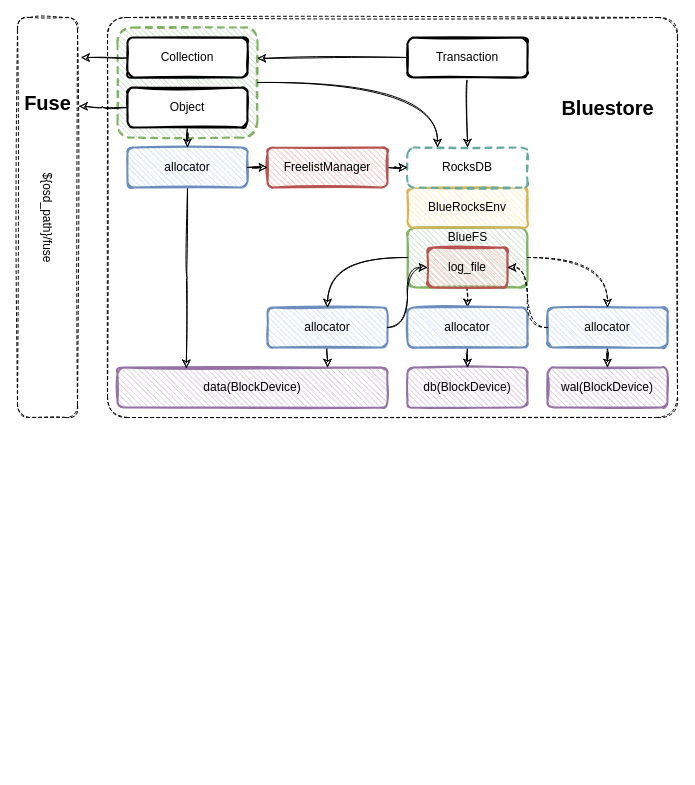
EarthWind/deeparch keeps this draw.io diagram as page "Bluestore" (1 of 3) of ceph/bluestore.drawio. Above is the earlier version. Source tidied: cells renumbered, new cells numbered last; positions are measured from the earlier drawing's top-left corner, leaving out a move shared by most shapes. Both pictures are drawn from the tidied source at 100%, with x=0, y=0 at pixel (-8, 17).
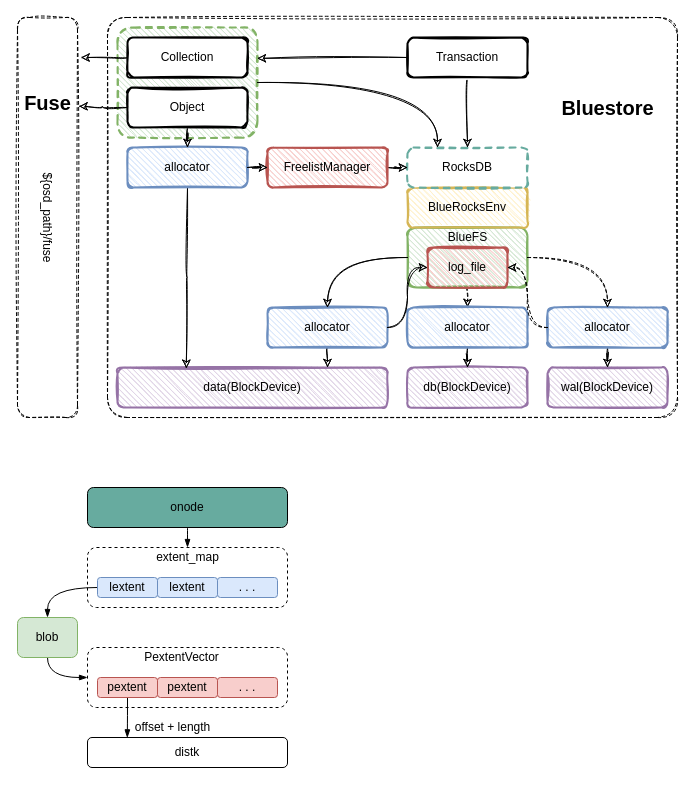
After the change.

Diff of the diagram source:
```diff
@@
+    <mxCell id="42" style="rounded=1;whiteSpace=wrap;html=1;strokeWidth=1;fillWeight=1;hachureGap=4;hachureAngle=45;sketch=0;fontStyle=0;dashed=1;" parent="1" vertex="1">
+      <mxGeometry x="95" y="630" width="200" height="60" as="geometry" />
+    </mxCell>
+    <mxCell id="43" style="rounded=1;whiteSpace=wrap;html=1;strokeWidth=1;fillWeight=1;hachureGap=4;hachureAngle=45;sketch=0;fontStyle=0;dashed=1;" parent="1" vertex="1">
+      <mxGeometry x="95" y="530" width="200" height="60" as="geometry" />
+    </mxCell>
@@
+    <mxCell id="44" style="edgeStyle=orthogonalEdgeStyle;curved=1;rounded=0;jettySize=auto;html=1;endArrow=blockThin;endFill=1;entryX=0.497;entryY=-0.011;entryDx=0;entryDy=0;entryPerimeter=0;" parent="1" edge="1" source="45" target="50">
+      <mxGeometry relative="1" as="geometry" />
+    </mxCell>
+    <mxCell id="45" value="&lt;span&gt;onode&lt;br&gt;&lt;/span&gt;" style="rounded=1;whiteSpace=wrap;html=1;strokeWidth=1;fillWeight=1;hachureGap=4;hachureAngle=45;sketch=0;fontStyle=0;fillColor=#67AB9F;strokeColor=#000000;" parent="1" vertex="1">
+      <mxGeometry x="95" y="470" width="200" height="40" as="geometry" />
+    </mxCell>
+    <mxCell id="46" style="edgeStyle=orthogonalEdgeStyle;curved=1;rounded=0;jettySize=auto;html=1;endArrow=blockThin;endFill=1;" parent="1" edge="1" source="47" target="52">
+      <mxGeometry relative="1" as="geometry" />
+    </mxCell>
+    <mxCell id="47" value="&lt;span&gt;lextent&lt;br&gt;&lt;/span&gt;" style="rounded=1;whiteSpace=wrap;html=1;strokeWidth=1;fillWeight=1;hachureGap=4;hachureAngle=45;sketch=0;fontStyle=0;fillColor=#dae8fc;strokeColor=#6c8ebf;" parent="1" vertex="1">
+      <mxGeometry x="105" y="560" width="60" height="20" as="geometry" />
+    </mxCell>
+    <mxCell id="48" value="&lt;span&gt;lextent&lt;br&gt;&lt;/span&gt;" style="rounded=1;whiteSpace=wrap;html=1;strokeWidth=1;fillWeight=1;hachureGap=4;hachureAngle=45;sketch=0;fontStyle=0;fillColor=#dae8fc;strokeColor=#6c8ebf;" parent="1" vertex="1">
+      <mxGeometry x="165" y="560" width="60" height="20" as="geometry" />
+    </mxCell>
+    <mxCell id="49" value=". . ." style="rounded=1;whiteSpace=wrap;html=1;strokeWidth=1;fillWeight=1;hachureGap=4;hachureAngle=45;sketch=0;fontStyle=0;fillColor=#dae8fc;strokeColor=#6c8ebf;" parent="1" vertex="1">
+      <mxGeometry x="225" y="560" width="60" height="20" as="geometry" />
+    </mxCell>
+    <mxCell id="50" value="extent_map" style="text;html=1;align=center;verticalAlign=middle;points=[];strokeColor=none;fillColor=none;" parent="1" vertex="1">
+      <mxGeometry x="155" y="530" width="80" height="20" as="geometry" />
+    </mxCell>
+    <mxCell id="51" style="edgeStyle=orthogonalEdgeStyle;rounded=0;jettySize=auto;html=1;entryX=0;entryY=0.5;entryDx=0;entryDy=0;endArrow=blockThin;endFill=1;curved=1;exitX=0.5;exitY=1;exitDx=0;exitDy=0;" parent="1" edge="1" source="52" target="42">
+      <mxGeometry relative="1" as="geometry" />
+    </mxCell>
+    <mxCell id="52" value="&lt;span&gt;blob&lt;br&gt;&lt;/span&gt;" style="rounded=1;whiteSpace=wrap;html=1;strokeWidth=1;fillWeight=1;hachureGap=4;hachureAngle=45;sketch=0;fontStyle=0;fillColor=#d5e8d4;strokeColor=#82b366;" parent="1" vertex="1">
+      <mxGeometry x="25" y="600" width="60" height="40" as="geometry" />
+    </mxCell>
+    <mxCell id="53" style="edgeStyle=orthogonalEdgeStyle;curved=1;rounded=0;jettySize=auto;html=1;entryX=0.199;entryY=0.011;entryDx=0;entryDy=0;entryPerimeter=0;endArrow=blockThin;endFill=1;" parent="1" edge="1" source="54" target="58">
+      <mxGeometry relative="1" as="geometry" />
+    </mxCell>
+    <mxCell id="54" value="&lt;span&gt;pextent&lt;br&gt;&lt;/span&gt;" style="rounded=1;whiteSpace=wrap;html=1;strokeWidth=1;fillWeight=1;hachureGap=4;hachureAngle=45;sketch=0;fontStyle=0;fillColor=#f8cecc;strokeColor=#b85450;" parent="1" vertex="1">
+      <mxGeometry x="105" y="660" width="60" height="20" as="geometry" />
+    </mxCell>
+    <mxCell id="55" value="&lt;span&gt;pextent&lt;br&gt;&lt;/span&gt;" style="rounded=1;whiteSpace=wrap;html=1;strokeWidth=1;fillWeight=1;hachureGap=4;hachureAngle=45;sketch=0;fontStyle=0;fillColor=#f8cecc;strokeColor=#b85450;" parent="1" vertex="1">
+      <mxGeometry x="165" y="660" width="60" height="20" as="geometry" />
+    </mxCell>
+    <mxCell id="56" value=". . ." style="rounded=1;whiteSpace=wrap;html=1;strokeWidth=1;fillWeight=1;hachureGap=4;hachureAngle=45;sketch=0;fontStyle=0;fillColor=#f8cecc;strokeColor=#b85450;" parent="1" vertex="1">
+      <mxGeometry x="225" y="660" width="60" height="20" as="geometry" />
+    </mxCell>
+    <mxCell id="57" value="PextentVector" style="text;html=1;align=center;verticalAlign=middle;strokeColor=none;fillColor=none;" parent="1" vertex="1">
+      <mxGeometry x="144" y="630" width="90" height="20" as="geometry" />
+    </mxCell>
+    <mxCell id="58" value="&lt;span&gt;distk&lt;br&gt;&lt;/span&gt;" style="rounded=1;whiteSpace=wrap;html=1;strokeWidth=1;fillWeight=1;hachureGap=4;hachureAngle=45;sketch=0;fontStyle=0;" parent="1" vertex="1">
+      <mxGeometry x="95" y="720" width="200" height="30" as="geometry" />
+    </mxCell>
+    <mxCell id="59" value="offset + length" style="text;html=1;align=center;verticalAlign=middle;strokeColor=none;fillColor=none;" parent="1" vertex="1">
+      <mxGeometry x="135" y="700" width="90" height="20" as="geometry" />
+    </mxCell>
```
